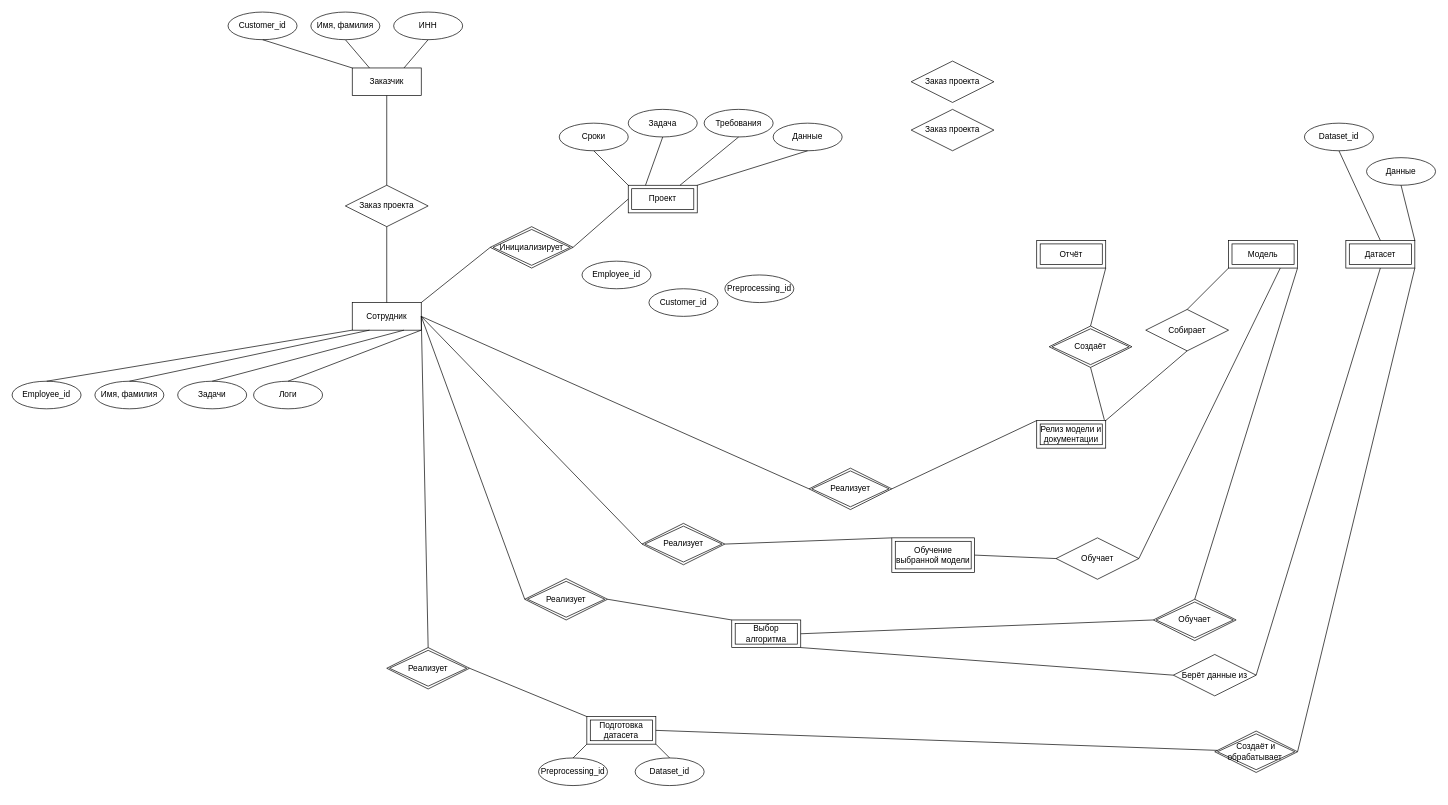
Above: page "Питер Чен" (7 of 7) of Общая.drawio in Aleksej1024/mireaDatabases (draw.io), before the change. Source tidied: cells renumbered, new cells numbered last; positions are measured from the earlier drawing's top-left corner, leaving out a move shared by most shapes. Both pictures are drawn from the tidied source at 69%, with x=0, y=0 at pixel (12, 12).
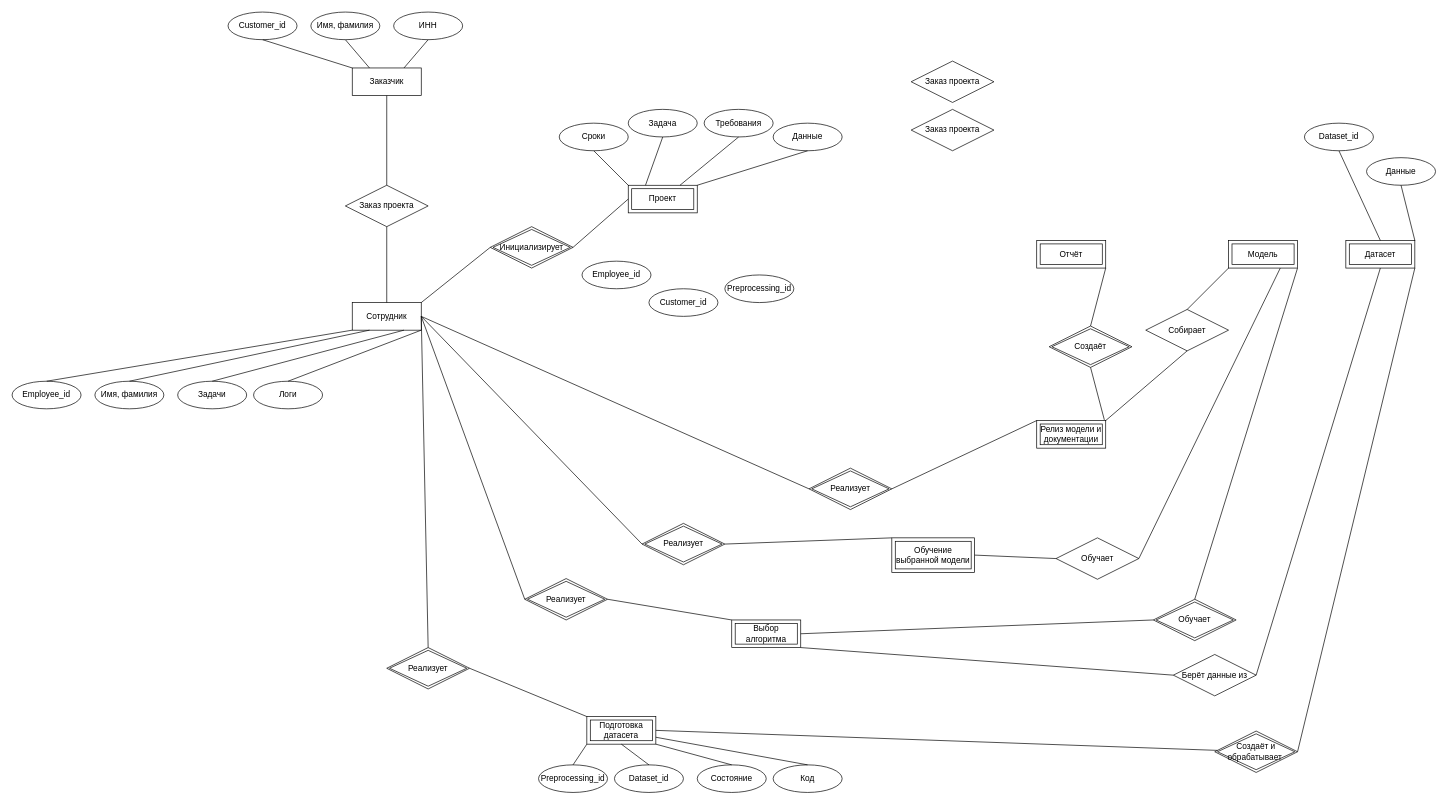
After the change.

The change refers to these unchanged cells:
```xml
<mxCell id="30" value="Подготовка датасета" style="shape=ext;margin=3;double=1;whiteSpace=wrap;html=1;align=center;" parent="1" vertex="1">
  <mxGeometry x="833" y="1021" width="100" height="40" as="geometry" />
</mxCell>
```

What changed in the source:
```diff
@@
     <mxCell id="61" value="Preprocessing_id" style="ellipse;whiteSpace=wrap;html=1;align=center;" parent="1" vertex="1">
-      <mxGeometry x="763" y="1081" width="100" height="40" as="geometry" />
+      <mxGeometry x="763" y="1091" width="100" height="40" as="geometry" />
     </mxCell>
     <mxCell id="62" value="Dataset_id" style="ellipse;whiteSpace=wrap;html=1;align=center;" parent="1" vertex="1">
-      <mxGeometry x="903" y="1081" width="100" height="40" as="geometry" />
+      <mxGeometry x="873" y="1091" width="100" height="40" as="geometry" />
     </mxCell>
@@
-    <mxCell id="64" style="endArrow=none;html=1;rounded=0;entryX=1;entryY=1;entryDx=0;entryDy=0;exitX=0.5;exitY=0;exitDx=0;exitDy=0;" parent="1" edge="1" source="62" target="30">
+    <mxCell id="64" style="endArrow=none;html=1;rounded=0;entryX=0.5;entryY=1;entryDx=0;entryDy=0;exitX=0.5;exitY=0;exitDx=0;exitDy=0;" parent="1" edge="1" source="62" target="30">
       <mxGeometry relative="1" as="geometry" />
     </mxCell>
@@
+    <mxCell id="83" value="Состояние" style="ellipse;whiteSpace=wrap;html=1;align=center;" parent="1" vertex="1">
+      <mxGeometry x="993" y="1091" width="100" height="40" as="geometry" />
+    </mxCell>
+    <mxCell id="84" value="Код" style="ellipse;whiteSpace=wrap;html=1;align=center;" parent="1" vertex="1">
+      <mxGeometry x="1103" y="1091" width="100" height="40" as="geometry" />
+    </mxCell>
+    <mxCell id="85" style="endArrow=none;html=1;rounded=0;entryX=1;entryY=1;entryDx=0;entryDy=0;exitX=0.5;exitY=0;exitDx=0;exitDy=0;" parent="1" edge="1" source="83" target="30">
+      <mxGeometry relative="1" as="geometry" />
+    </mxCell>
+    <mxCell id="86" style="endArrow=none;html=1;rounded=0;entryX=1;entryY=0.75;entryDx=0;entryDy=0;exitX=0.5;exitY=0;exitDx=0;exitDy=0;" parent="1" edge="1" source="84" target="30">
+      <mxGeometry relative="1" as="geometry" />
+    </mxCell>
```
